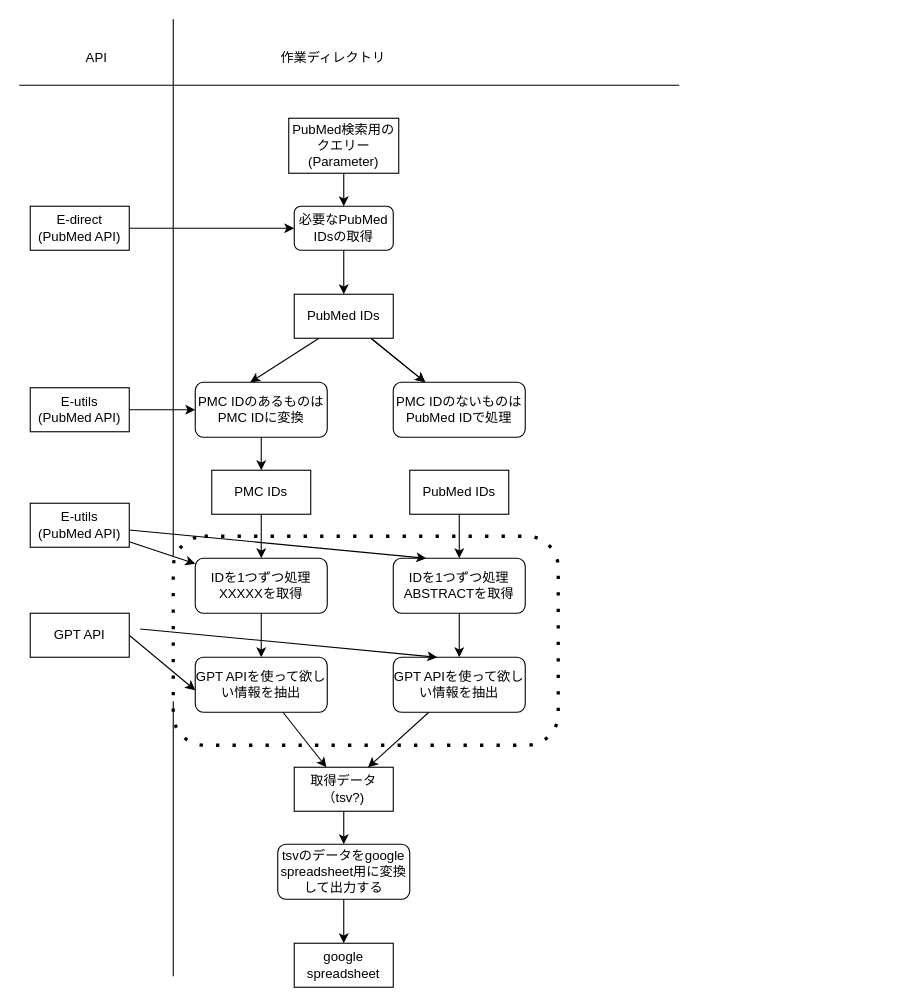
The draw.io diagram 20230706_test_UML.drawio in dogrun-inc/research_extract, before the edit. Source tidied: cells renumbered, new cells numbered last; positions are measured from the earlier drawing's top-left corner, leaving out a move shared by most shapes. Both pictures are drawn from the tidied source at 110%, with x=0, y=0 at pixel (19, 19).
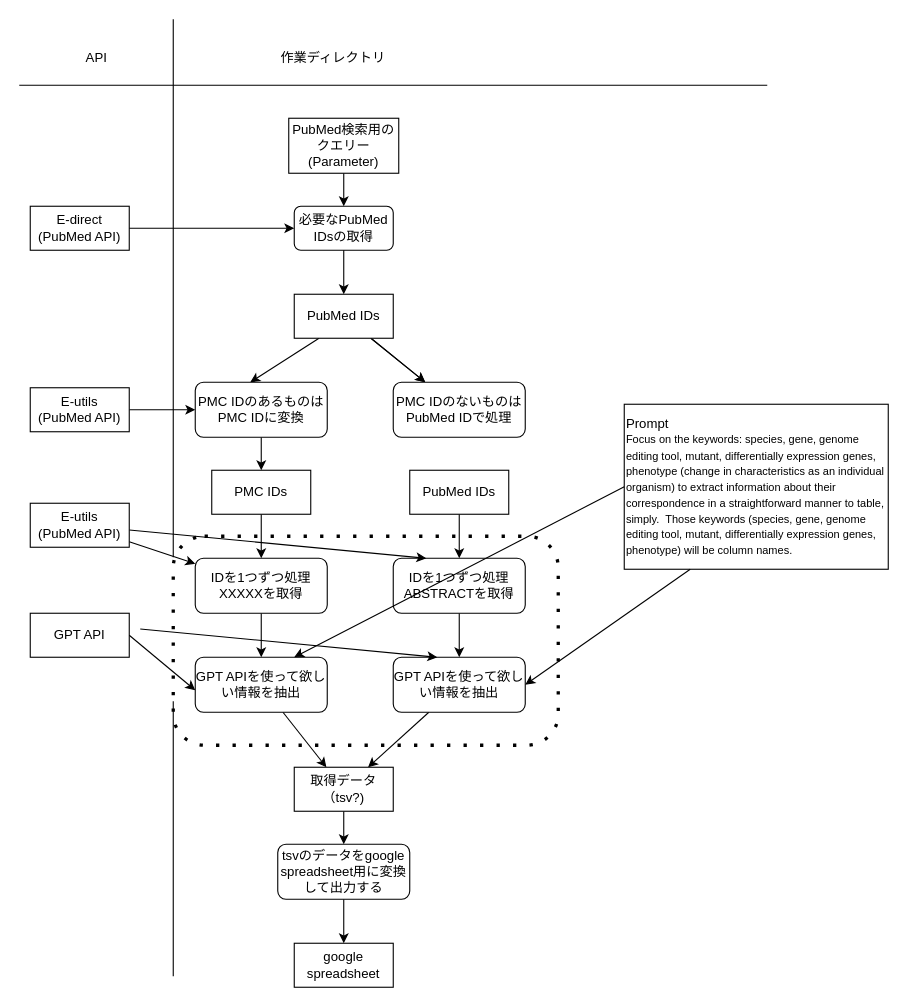
The same diagram, later.

The edit, as a diff of the source:
```diff
@@
     <mxCell id="26" style="endArrow=none;html=1;" parent="1" edge="1">
       <mxGeometry relative="1" as="geometry">
         <mxPoint y="60" as="sourcePoint" />
-        <mxPoint x="600" y="60" as="targetPoint" />
+        <mxPoint x="680" y="60" as="targetPoint" />
       </mxGeometry>
     </mxCell>
@@
+    <mxCell id="46" value="Prompt&lt;br&gt;&lt;font style=&quot;font-size: 10px;&quot;&gt;Focus on the keywords: species, gene, genome editing tool, mutant, differentially expression genes, phenotype (change in characteristics as an individual organism) to extract information about their correspondence in a straightforward manner to table, simply.&amp;nbsp; Those keywords (species, gene, genome editing tool, mutant, differentially expression genes, phenotype) will be column names.&lt;/font&gt;" style="whiteSpace=wrap;html=1;align=left;" parent="1" vertex="1">
+      <mxGeometry x="550" y="350" width="240" height="150" as="geometry" />
+    </mxCell>
+    <mxCell id="47" style="edgeStyle=none;html=1;entryX=1;entryY=0.5;entryDx=0;entryDy=0;exitX=0.25;exitY=1;exitDx=0;exitDy=0;" parent="1" edge="1" source="46">
+      <mxGeometry relative="1" as="geometry">
+        <mxPoint x="460" y="605" as="targetPoint" />
+      </mxGeometry>
+    </mxCell>
+    <mxCell id="48" style="edgeStyle=none;html=1;exitX=0;exitY=0.5;exitDx=0;exitDy=0;entryX=0.75;entryY=0;entryDx=0;entryDy=0;" parent="1" edge="1" source="46">
+      <mxGeometry relative="1" as="geometry">
+        <mxPoint x="250" y="580" as="targetPoint" />
+      </mxGeometry>
+    </mxCell>
```
